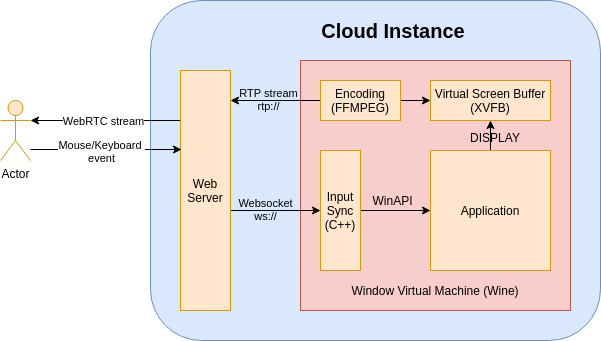
Before: docs/img/CloudUniverse.png, a diagram exported from draw.io (giongto35/cloud-morph). Source tidied: cells renumbered, new cells last; positions are measured from the earlier drawing's top-left corner, leaving out a move shared by most shapes. Source of this version:
```xml
<mxGraphModel>
  <root>
    <mxCell id="0" />
    <mxCell id="1" parent="0" />
    <mxCell id="2" style="rounded=1;whiteSpace=wrap;html=1;fillColor=#dae8fc;strokeColor=#6c8ebf;" parent="1" vertex="1">
      <mxGeometry x="150" width="450" height="340" as="geometry" />
    </mxCell>
    <mxCell id="3" style="rounded=0;whiteSpace=wrap;html=1;fillColor=#f8cecc;strokeColor=#b85450;" parent="1" vertex="1">
      <mxGeometry x="300" y="60" width="270" height="250" as="geometry" />
    </mxCell>
    <mxCell id="4" style="edgeStyle=orthogonalEdgeStyle;rounded=0;jettySize=auto;html=1;exitX=1;exitY=0.5;exitDx=0;exitDy=0;entryX=0;entryY=0.5;entryDx=0;entryDy=0;" parent="1" edge="1" source="5" target="7">
      <mxGeometry relative="1" as="geometry" />
    </mxCell>
    <mxCell id="5" value="Input Sync&lt;br&gt;(C++)" style="rounded=0;whiteSpace=wrap;html=1;fillColor=#ffe6cc;strokeColor=#d79b00;" parent="1" vertex="1">
      <mxGeometry x="320" y="150" width="40" height="120" as="geometry" />
    </mxCell>
    <mxCell id="6" style="edgeStyle=orthogonalEdgeStyle;rounded=0;jettySize=auto;html=1;exitX=0.5;exitY=0;exitDx=0;exitDy=0;" parent="1" edge="1" source="7" target="23">
      <mxGeometry relative="1" as="geometry" />
    </mxCell>
    <mxCell id="7" value="Application" style="rounded=0;whiteSpace=wrap;html=1;fillColor=#ffe6cc;strokeColor=#d79b00;" parent="1" vertex="1">
      <mxGeometry x="430" y="150" width="120" height="120" as="geometry" />
    </mxCell>
    <mxCell id="8" value="&lt;span style=&quot;font-family: &amp;#34;helvetica&amp;#34;&quot;&gt;Window Virtual Machine (Wine)&lt;/span&gt;" style="text;html=1;strokeColor=none;fillColor=none;align=center;verticalAlign=middle;whiteSpace=wrap;rounded=0;" parent="1" vertex="1">
      <mxGeometry x="320" y="280" width="230" height="20" as="geometry" />
    </mxCell>
    <mxCell id="9" value="WinAPI" style="text;html=1;strokeColor=none;fillColor=none;align=center;verticalAlign=middle;whiteSpace=wrap;rounded=0;" parent="1" vertex="1">
      <mxGeometry x="365" y="190" width="55" height="20" as="geometry" />
    </mxCell>
    <mxCell id="10" style="edgeStyle=orthogonalEdgeStyle;rounded=0;jettySize=auto;html=1;exitX=0;exitY=0.5;exitDx=0;exitDy=0;" parent="1" edge="1" source="13">
      <mxGeometry relative="1" as="geometry">
        <mxPoint x="230" y="100" as="targetPoint" />
      </mxGeometry>
    </mxCell>
    <mxCell id="11" value="RTP stream&lt;br&gt;rtp://" style="edgeLabel;html=1;align=center;verticalAlign=middle;labelBackgroundColor=none;" parent="10" vertex="1">
      <mxGeometry x="0.68" y="5" relative="1" as="geometry">
        <mxPoint x="23" y="-7" as="offset" />
      </mxGeometry>
    </mxCell>
    <mxCell id="12" style="edgeStyle=orthogonalEdgeStyle;rounded=0;jettySize=auto;html=1;startArrow=none;startFill=0;" parent="1" edge="1" source="13" target="23">
      <mxGeometry relative="1" as="geometry" />
    </mxCell>
    <mxCell id="13" value="Encoding&lt;br&gt;(FFMPEG)" style="rounded=0;whiteSpace=wrap;html=1;fillColor=#ffe6cc;strokeColor=#d79b00;" parent="1" vertex="1">
      <mxGeometry x="320" y="80" width="80" height="40" as="geometry" />
    </mxCell>
    <mxCell id="14" style="edgeStyle=orthogonalEdgeStyle;rounded=0;jettySize=auto;html=1;exitX=0;exitY=0.25;exitDx=0;exitDy=0;entryX=1;entryY=0.3333333333333333;entryDx=0;entryDy=0;entryPerimeter=0;" parent="1" edge="1" source="18" target="19">
      <mxGeometry relative="1" as="geometry">
        <Array as="points">
          <mxPoint x="180" y="120" />
        </Array>
      </mxGeometry>
    </mxCell>
    <mxCell id="15" value="WebRTC stream" style="edgeLabel;html=1;align=center;verticalAlign=middle;" parent="14" vertex="1">
      <mxGeometry x="0.26" relative="1" as="geometry">
        <mxPoint x="13.5" as="offset" />
      </mxGeometry>
    </mxCell>
    <mxCell id="16" style="edgeStyle=orthogonalEdgeStyle;rounded=0;jettySize=auto;html=1;startArrow=none;startFill=0;" parent="1" edge="1" target="5">
      <mxGeometry relative="1" as="geometry">
        <mxPoint x="220" y="210" as="sourcePoint" />
        <Array as="points">
          <mxPoint x="220" y="212" />
          <mxPoint x="220" y="210" />
        </Array>
      </mxGeometry>
    </mxCell>
    <mxCell id="17" value="Websocket&lt;br&gt;ws://" style="edgeLabel;html=1;align=center;verticalAlign=middle;labelBackgroundColor=none;" parent="16" vertex="1">
      <mxGeometry x="-0.33" y="18" relative="1" as="geometry">
        <mxPoint x="13" y="16" as="offset" />
      </mxGeometry>
    </mxCell>
    <mxCell id="18" value="Web Server" style="rounded=0;whiteSpace=wrap;html=1;fillColor=#ffe6cc;strokeColor=#d79b00;" parent="1" vertex="1">
      <mxGeometry x="180" y="70" width="50" height="240" as="geometry" />
    </mxCell>
    <mxCell id="19" value="Actor" style="shape=umlActor;verticalLabelPosition=bottom;verticalAlign=top;html=1;outlineConnect=0;fillColor=#ffe6cc;strokeColor=#d79b00;" parent="1" vertex="1">
      <mxGeometry y="100" width="30" height="60" as="geometry" />
    </mxCell>
    <mxCell id="20" value="&lt;span style=&quot;font-size: 20px&quot;&gt;&lt;b&gt;Cloud Instance&lt;/b&gt;&lt;/span&gt;" style="text;html=1;strokeColor=none;fillColor=none;align=center;verticalAlign=middle;whiteSpace=wrap;rounded=0;" parent="1" vertex="1">
      <mxGeometry x="308.8" y="20" width="167.5" height="20" as="geometry" />
    </mxCell>
    <mxCell id="21" style="endArrow=classic;html=1;" parent="1" edge="1">
      <mxGeometry relative="1" as="geometry">
        <mxPoint x="30" y="149" as="sourcePoint" />
        <mxPoint x="181" y="149" as="targetPoint" />
      </mxGeometry>
    </mxCell>
    <mxCell id="22" value="Mouse/Keyboard &lt;br&gt;event" style="edgeLabel;html=1;align=center;verticalAlign=middle;" parent="21" vertex="1">
      <mxGeometry x="-0.35" y="-1" relative="1" as="geometry">
        <mxPoint x="21" as="offset" />
      </mxGeometry>
    </mxCell>
    <mxCell id="23" value="Virtual Screen Buffer&lt;br&gt;(XVFB)" style="rounded=0;whiteSpace=wrap;html=1;fillColor=#ffe6cc;strokeColor=#d79b00;" parent="1" vertex="1">
      <mxGeometry x="430" y="80" width="120" height="40" as="geometry" />
    </mxCell>
    <mxCell id="24" value="DISPLAY" style="text;html=1;strokeColor=none;fillColor=none;align=center;verticalAlign=middle;whiteSpace=wrap;rounded=0;labelBackgroundColor=none;" parent="1" vertex="1">
      <mxGeometry x="475" y="127" width="40" height="20" as="geometry" />
    </mxCell>
    <mxCell id="25" style="edgeStyle=orthogonalEdgeStyle;rounded=0;orthogonalLoop=1;jettySize=auto;html=1;exitX=0.5;exitY=1;exitDx=0;exitDy=0;" parent="1" edge="1" source="24" target="24">
      <mxGeometry relative="1" as="geometry" />
    </mxCell>
  </root>
</mxGraphModel>
```
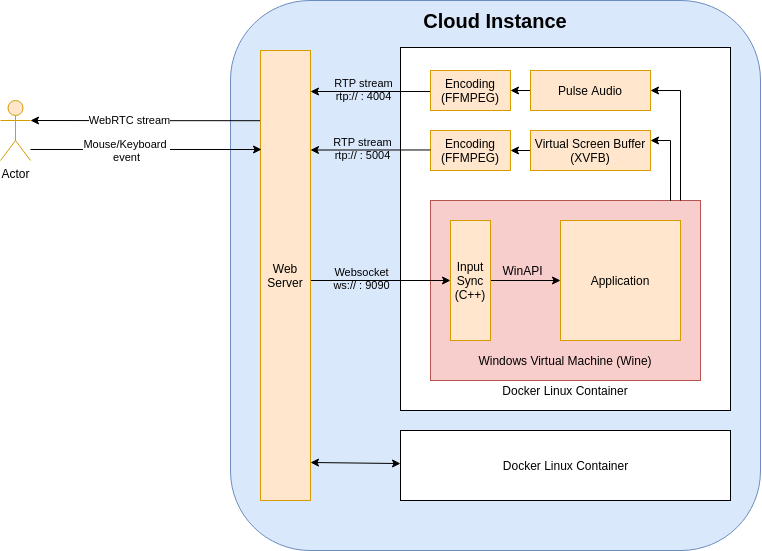
The same diagram one commit later.

Change to the diagram source:
```diff
@@ -3,51 +3,47 @@
     <mxCell id="0" />
     <mxCell id="1" parent="0" />
     <mxCell id="2" style="rounded=1;whiteSpace=wrap;html=1;fillColor=#dae8fc;strokeColor=#6c8ebf;" parent="1" vertex="1">
-      <mxGeometry x="150" width="450" height="340" as="geometry" />
+      <mxGeometry x="150" width="530" height="550" as="geometry" />
     </mxCell>
+    <mxCell id="26" style="rounded=0;whiteSpace=wrap;html=1;" parent="1" vertex="1">
+      <mxGeometry x="320" y="47" width="330" height="363" as="geometry" />
+    </mxCell>
     <mxCell id="3" style="rounded=0;whiteSpace=wrap;html=1;fillColor=#f8cecc;strokeColor=#b85450;" parent="1" vertex="1">
-      <mxGeometry x="300" y="60" width="270" height="250" as="geometry" />
+      <mxGeometry x="350" y="200" width="270" height="180" as="geometry" />
     </mxCell>
     <mxCell id="4" style="edgeStyle=orthogonalEdgeStyle;rounded=0;jettySize=auto;html=1;exitX=1;exitY=0.5;exitDx=0;exitDy=0;entryX=0;entryY=0.5;entryDx=0;entryDy=0;" parent="1" edge="1" source="5" target="7">
       <mxGeometry relative="1" as="geometry" />
     </mxCell>
     <mxCell id="5" value="Input Sync&lt;br&gt;(C++)" style="rounded=0;whiteSpace=wrap;html=1;fillColor=#ffe6cc;strokeColor=#d79b00;" parent="1" vertex="1">
-      <mxGeometry x="320" y="150" width="40" height="120" as="geometry" />
+      <mxGeometry x="370" y="220" width="40" height="120" as="geometry" />
     </mxCell>
-    <mxCell id="6" style="edgeStyle=orthogonalEdgeStyle;rounded=0;jettySize=auto;html=1;exitX=0.5;exitY=0;exitDx=0;exitDy=0;" parent="1" edge="1" source="7" target="23">
-      <mxGeometry relative="1" as="geometry" />
-    </mxCell>
     <mxCell id="7" value="Application" style="rounded=0;whiteSpace=wrap;html=1;fillColor=#ffe6cc;strokeColor=#d79b00;" parent="1" vertex="1">
-      <mxGeometry x="430" y="150" width="120" height="120" as="geometry" />
+      <mxGeometry x="480" y="220" width="120" height="120" as="geometry" />
     </mxCell>
-    <mxCell id="8" value="&lt;span style=&quot;font-family: &amp;#34;helvetica&amp;#34;&quot;&gt;Window Virtual Machine (Wine)&lt;/span&gt;" style="text;html=1;strokeColor=none;fillColor=none;align=center;verticalAlign=middle;whiteSpace=wrap;rounded=0;" parent="1" vertex="1">
-      <mxGeometry x="320" y="280" width="230" height="20" as="geometry" />
+    <mxCell id="8" value="&lt;span style=&quot;font-family: &amp;#34;helvetica&amp;#34;&quot;&gt;Windows Virtual Machine (Wine)&lt;/span&gt;" style="text;html=1;strokeColor=none;fillColor=none;align=center;verticalAlign=middle;whiteSpace=wrap;rounded=0;" parent="1" vertex="1">
+      <mxGeometry x="370" y="350" width="230" height="20" as="geometry" />
     </mxCell>
     <mxCell id="9" value="WinAPI" style="text;html=1;strokeColor=none;fillColor=none;align=center;verticalAlign=middle;whiteSpace=wrap;rounded=0;" parent="1" vertex="1">
-      <mxGeometry x="365" y="190" width="55" height="20" as="geometry" />
+      <mxGeometry x="415" y="260" width="55" height="20" as="geometry" />
     </mxCell>
     <mxCell id="10" style="edgeStyle=orthogonalEdgeStyle;rounded=0;jettySize=auto;html=1;exitX=0;exitY=0.5;exitDx=0;exitDy=0;" parent="1" edge="1" source="13">
       <mxGeometry relative="1" as="geometry">
-        <mxPoint x="230" y="100" as="targetPoint" />
+        <mxPoint x="230" y="91" as="targetPoint" />
+        <Array as="points">
+          <mxPoint x="350" y="91" />
+        </Array>
       </mxGeometry>
     </mxCell>
-    <mxCell id="11" value="RTP stream&lt;br&gt;rtp://" style="edgeLabel;html=1;align=center;verticalAlign=middle;labelBackgroundColor=none;" parent="10" vertex="1">
+    <mxCell id="11" value="RTP stream&lt;br&gt;rtp:// : 4004" style="edgeLabel;html=1;align=center;verticalAlign=middle;labelBackgroundColor=none;" parent="10" vertex="1">
       <mxGeometry x="0.68" y="5" relative="1" as="geometry">
-        <mxPoint x="23" y="-7" as="offset" />
+        <mxPoint x="33" y="-7" as="offset" />
       </mxGeometry>
     </mxCell>
-    <mxCell id="12" style="edgeStyle=orthogonalEdgeStyle;rounded=0;jettySize=auto;html=1;startArrow=none;startFill=0;" parent="1" edge="1" source="13" target="23">
-      <mxGeometry relative="1" as="geometry" />
-    </mxCell>
     <mxCell id="13" value="Encoding&lt;br&gt;(FFMPEG)" style="rounded=0;whiteSpace=wrap;html=1;fillColor=#ffe6cc;strokeColor=#d79b00;" parent="1" vertex="1">
-      <mxGeometry x="320" y="80" width="80" height="40" as="geometry" />
+      <mxGeometry x="350" y="70" width="80" height="40" as="geometry" />
     </mxCell>
-    <mxCell id="14" style="edgeStyle=orthogonalEdgeStyle;rounded=0;jettySize=auto;html=1;exitX=0;exitY=0.25;exitDx=0;exitDy=0;entryX=1;entryY=0.3333333333333333;entryDx=0;entryDy=0;entryPerimeter=0;" parent="1" edge="1" source="18" target="19">
-      <mxGeometry relative="1" as="geometry">
-        <Array as="points">
-          <mxPoint x="180" y="120" />
-        </Array>
-      </mxGeometry>
+    <mxCell id="14" style="edgeStyle=orthogonalEdgeStyle;rounded=0;jettySize=auto;html=1;exitX=0.002;exitY=0.156;exitDx=0;exitDy=0;entryX=1;entryY=0.3333333333333333;entryDx=0;entryDy=0;entryPerimeter=0;exitPerimeter=0;" parent="1" edge="1" source="18" target="19">
+      <mxGeometry relative="1" as="geometry" />
     </mxCell>
     <mxCell id="15" value="WebRTC stream" style="edgeLabel;html=1;align=center;verticalAlign=middle;" parent="14" vertex="1">
       <mxGeometry x="0.26" relative="1" as="geometry">
@@ -56,30 +52,30 @@
     </mxCell>
     <mxCell id="16" style="edgeStyle=orthogonalEdgeStyle;rounded=0;jettySize=auto;html=1;startArrow=none;startFill=0;" parent="1" edge="1" target="5">
       <mxGeometry relative="1" as="geometry">
-        <mxPoint x="220" y="210" as="sourcePoint" />
+        <mxPoint x="220" y="280" as="sourcePoint" />
         <Array as="points">
-          <mxPoint x="220" y="212" />
-          <mxPoint x="220" y="210" />
+          <mxPoint x="220" y="282" />
+          <mxPoint x="220" y="280" />
         </Array>
       </mxGeometry>
     </mxCell>
-    <mxCell id="17" value="Websocket&lt;br&gt;ws://" style="edgeLabel;html=1;align=center;verticalAlign=middle;labelBackgroundColor=none;" parent="16" vertex="1">
+    <mxCell id="17" value="Websocket&lt;br&gt;ws:// : 9090" style="edgeLabel;html=1;align=center;verticalAlign=middle;labelBackgroundColor=none;" parent="16" vertex="1">
       <mxGeometry x="-0.33" y="18" relative="1" as="geometry">
         <mxPoint x="13" y="16" as="offset" />
       </mxGeometry>
     </mxCell>
     <mxCell id="18" value="Web Server" style="rounded=0;whiteSpace=wrap;html=1;fillColor=#ffe6cc;strokeColor=#d79b00;" parent="1" vertex="1">
-      <mxGeometry x="180" y="70" width="50" height="240" as="geometry" />
+      <mxGeometry x="180" y="50" width="50" height="450" as="geometry" />
     </mxCell>
     <mxCell id="19" value="Actor" style="shape=umlActor;verticalLabelPosition=bottom;verticalAlign=top;html=1;outlineConnect=0;fillColor=#ffe6cc;strokeColor=#d79b00;" parent="1" vertex="1">
-      <mxGeometry y="100" width="30" height="60" as="geometry" />
+      <mxGeometry x="-80" y="100" width="30" height="60" as="geometry" />
     </mxCell>
     <mxCell id="20" value="&lt;span style=&quot;font-size: 20px&quot;&gt;&lt;b&gt;Cloud Instance&lt;/b&gt;&lt;/span&gt;" style="text;html=1;strokeColor=none;fillColor=none;align=center;verticalAlign=middle;whiteSpace=wrap;rounded=0;" parent="1" vertex="1">
-      <mxGeometry x="308.8" y="20" width="167.5" height="20" as="geometry" />
+      <mxGeometry x="331.2" y="10" width="167.5" height="20" as="geometry" />
     </mxCell>
     <mxCell id="21" style="endArrow=classic;html=1;" parent="1" edge="1">
       <mxGeometry relative="1" as="geometry">
-        <mxPoint x="30" y="149" as="sourcePoint" />
+        <mxPoint x="-50" y="149" as="sourcePoint" />
         <mxPoint x="181" y="149" as="targetPoint" />
       </mxGeometry>
     </mxCell>
@@ -88,14 +84,70 @@
         <mxPoint x="21" as="offset" />
       </mxGeometry>
     </mxCell>
+    <mxCell id="27" style="edgeStyle=orthogonalEdgeStyle;rounded=0;jettySize=auto;html=1;exitX=0;exitY=0.5;exitDx=0;exitDy=0;entryX=1;entryY=0.5;entryDx=0;entryDy=0;" parent="1" edge="1" source="23" target="13">
+      <mxGeometry relative="1" as="geometry" />
+    </mxCell>
-    <mxCell id="23" value="Virtual Screen Buffer&lt;br&gt;(XVFB)" style="rounded=0;whiteSpace=wrap;html=1;fillColor=#ffe6cc;strokeColor=#d79b00;" parent="1" vertex="1">
-      <mxGeometry x="430" y="80" width="120" height="40" as="geometry" />
+    <mxCell id="23" value="Pulse Audio" style="rounded=0;whiteSpace=wrap;html=1;fillColor=#ffe6cc;strokeColor=#d79b00;" parent="1" vertex="1">
+      <mxGeometry x="450" y="70" width="120" height="40" as="geometry" />
     </mxCell>
-    <mxCell id="24" value="DISPLAY" style="text;html=1;strokeColor=none;fillColor=none;align=center;verticalAlign=middle;whiteSpace=wrap;rounded=0;labelBackgroundColor=none;" parent="1" vertex="1">
-      <mxGeometry x="475" y="127" width="40" height="20" as="geometry" />
-    </mxCell>
-    <mxCell id="25" style="edgeStyle=orthogonalEdgeStyle;rounded=0;orthogonalLoop=1;jettySize=auto;html=1;exitX=0.5;exitY=1;exitDx=0;exitDy=0;" parent="1" edge="1" source="24" target="24">
-      <mxGeometry relative="1" as="geometry" />
+    <mxCell id="25" style="edgeStyle=orthogonalEdgeStyle;rounded=0;orthogonalLoop=1;jettySize=auto;html=1;exitX=0.5;exitY=1;exitDx=0;exitDy=0;" parent="1" edge="1">
+      <mxGeometry relative="1" as="geometry">
+        <mxPoint x="495" y="217" as="sourcePoint" />
+        <mxPoint x="495" y="217" as="targetPoint" />
+      </mxGeometry>
     </mxCell>
+    <mxCell id="28" value="&lt;font face=&quot;helvetica&quot;&gt;Docker Linux Container&lt;/font&gt;" style="text;html=1;strokeColor=none;fillColor=none;align=center;verticalAlign=middle;whiteSpace=wrap;rounded=0;" parent="1" vertex="1">
+      <mxGeometry x="370" y="380" width="230" height="20" as="geometry" />
+    </mxCell>
+    <mxCell id="29" style="rounded=0;whiteSpace=wrap;html=1;" parent="1" vertex="1">
+      <mxGeometry x="320" y="430" width="330" height="70" as="geometry" />
+    </mxCell>
+    <mxCell id="30" value="&lt;font face=&quot;helvetica&quot;&gt;Docker Linux Container&lt;/font&gt;" style="text;html=1;strokeColor=none;fillColor=none;align=center;verticalAlign=middle;whiteSpace=wrap;rounded=0;" parent="1" vertex="1">
+      <mxGeometry x="417.5" y="452.5" width="135" height="25" as="geometry" />
+    </mxCell>
+    <mxCell id="31" style="endArrow=classic;startArrow=classic;html=1;" parent="1" edge="1" target="29">
+      <mxGeometry relative="1" as="geometry">
+        <mxPoint x="230" y="462" as="sourcePoint" />
+      </mxGeometry>
+    </mxCell>
+    <mxCell id="32" value="Encoding&lt;br&gt;(FFMPEG)" style="rounded=0;whiteSpace=wrap;html=1;fillColor=#ffe6cc;strokeColor=#d79b00;" parent="1" vertex="1">
+      <mxGeometry x="350" y="130" width="80" height="40" as="geometry" />
+    </mxCell>
+    <mxCell id="33" style="edgeStyle=orthogonalEdgeStyle;rounded=0;jettySize=auto;html=1;exitX=0;exitY=0.5;exitDx=0;exitDy=0;entryX=1;entryY=0.5;entryDx=0;entryDy=0;" parent="1" edge="1" source="34" target="32">
+      <mxGeometry relative="1" as="geometry" />
+    </mxCell>
+    <mxCell id="34" value="Virtual Screen Buffer&lt;br&gt;(XVFB)" style="rounded=0;whiteSpace=wrap;html=1;fillColor=#ffe6cc;strokeColor=#d79b00;" parent="1" vertex="1">
+      <mxGeometry x="450" y="130" width="120" height="40" as="geometry" />
+    </mxCell>
+    <mxCell id="35" style="edgeStyle=orthogonalEdgeStyle;rounded=0;orthogonalLoop=1;jettySize=auto;html=1;exitX=0;exitY=0.5;exitDx=0;exitDy=0;" parent="1" edge="1">
+      <mxGeometry relative="1" as="geometry">
+        <mxPoint x="350" y="149.5" as="sourcePoint" />
+        <mxPoint x="230" y="150.5" as="targetPoint" />
+        <Array as="points">
+          <mxPoint x="350" y="150.5" />
+        </Array>
+      </mxGeometry>
+    </mxCell>
+    <mxCell id="36" value="RTP stream&lt;br&gt;rtp:// : 5004" style="edgeLabel;html=1;align=center;verticalAlign=middle;labelBackgroundColor=none;" parent="35" vertex="1">
+      <mxGeometry x="0.68" y="5" relative="1" as="geometry">
+        <mxPoint x="33" y="-7" as="offset" />
+      </mxGeometry>
+    </mxCell>
+    <mxCell id="37" style="edgeStyle=orthogonalEdgeStyle;rounded=0;jettySize=auto;html=1;entryX=1;entryY=0.5;entryDx=0;entryDy=0;" parent="1" edge="1" target="23">
+      <mxGeometry relative="1" as="geometry">
+        <mxPoint x="600" y="200" as="sourcePoint" />
+        <Array as="points">
+          <mxPoint x="600" y="200" />
+          <mxPoint x="600" y="90" />
+        </Array>
+      </mxGeometry>
+    </mxCell>
+    <mxCell id="38" style="edgeStyle=orthogonalEdgeStyle;rounded=0;jettySize=auto;html=1;exitX=0.889;exitY=0.002;exitDx=0;exitDy=0;entryX=1;entryY=0.25;entryDx=0;entryDy=0;exitPerimeter=0;" parent="1" edge="1" source="3" target="34">
+      <mxGeometry relative="1" as="geometry">
+        <Array as="points">
+          <mxPoint x="590" y="140" />
+        </Array>
+      </mxGeometry>
+    </mxCell>
   </root>
 </mxGraphModel>
```
